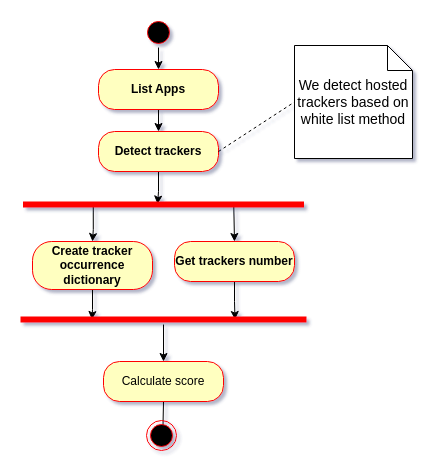
Above: page "ActivityDiagram" (1 of 2) of TrackersRiskAssessmet.drawio in aissatrad/tracking-assess (draw.io), before the change. Source tidied: cells renumbered, new cells numbered last; positions are measured from the earlier drawing's top-left corner, leaving out a move shared by most shapes. Both pictures are drawn from the tidied source at 100%, with x=0, y=0 at pixel (20, 17).
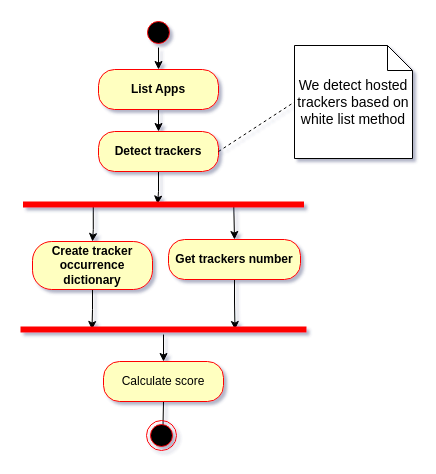
Above is the later version.

The edit, as a diff of the source:
```diff
@@
     <mxCell id="2" style="endArrow=open;strokeColor=#FF0000;endFill=1;rounded=0;" parent="1" edge="1">
       <mxGeometry relative="1" as="geometry">
-        <mxPoint x="241.5" y="464" as="sourcePoint" />
+        <mxPoint x="-74.5" y="385" as="sourcePoint" />
       </mxGeometry>
     </mxCell>
@@
-    <mxCell id="10" style="edgeStyle=orthogonalEdgeStyle;rounded=0;jettySize=auto;html=1;entryX=0.75;entryY=0.5;entryDx=0;entryDy=0;entryPerimeter=0;" parent="1" edge="1" source="11" target="19">
+    <mxCell id="10" style="edgeStyle=orthogonalEdgeStyle;rounded=0;jettySize=auto;html=1;entryX=0.75;entryY=0.5;entryDx=0;entryDy=0;entryPerimeter=0;fontSize=14;" parent="1" edge="1" source="11" target="19">
       <mxGeometry relative="1" as="geometry" />
     </mxCell>
     <mxCell id="11" value="&lt;b&gt;Get trackers number&lt;br&gt;&lt;/b&gt;" style="rounded=1;whiteSpace=wrap;html=1;arcSize=40;fontColor=#000000;fillColor=#ffffc0;strokeColor=#ff0000;shadow=0;" parent="1" vertex="1">
-      <mxGeometry x="154" y="224" width="120" height="40" as="geometry" />
+      <mxGeometry x="148" y="222" width="132" height="40" as="geometry" />
     </mxCell>
@@
     <mxCell id="19" style="shape=line;html=1;strokeWidth=6;strokeColor=#ff0000;shadow=0;" parent="1" vertex="1">
-      <mxGeometry y="297" width="286" height="10" as="geometry" />
+      <mxGeometry y="307" width="286" height="10" as="geometry" />
     </mxCell>
```
